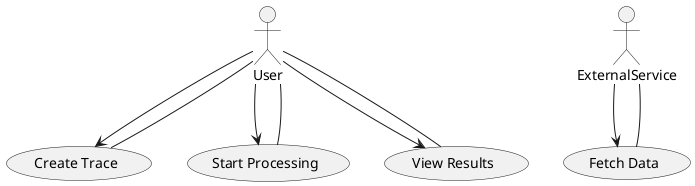
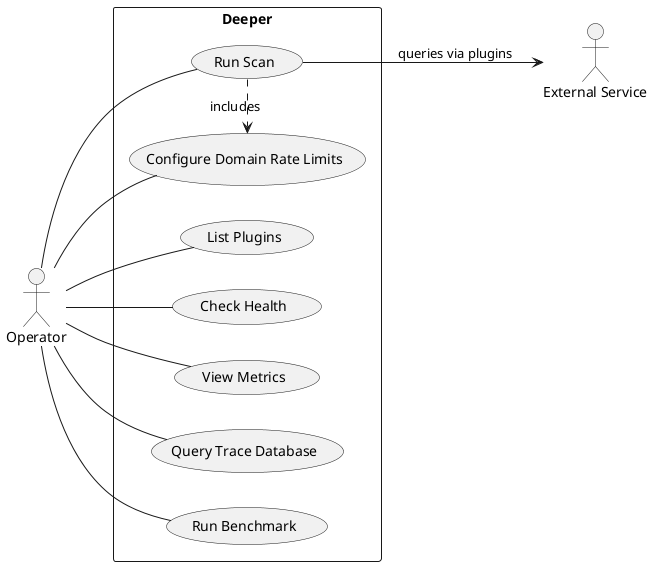
@startuml Usecase
- actor User
- actor ExternalService
+ left to right direction

- User -> (Create Trace)
- User -> (Start Processing)
- User -> (View Results)
+ actor Operator
+ actor "External Service" as Ext

- ExternalService -> (Fetch Data)
+ rectangle Deeper {
+     Operator -- (Run Scan)
+     Operator -- (List Plugins)
+     Operator -- (Check Health)
+     Operator -- (View Metrics)
+     Operator -- (Query Trace Database)
+     Operator -- (Configure Domain Rate Limits)
+     Operator -- (Run Benchmark)

- (User) -- (Create Trace)
- (User) -- (Start Processing)
- (User) -- (View Results)
- (ExternalService) -- (Fetch Data)
+     (Run Scan) .> (Configure Domain Rate Limits) : includes
+     (Run Scan) --> Ext : queries via plugins
+ }
+ 
@enduml
